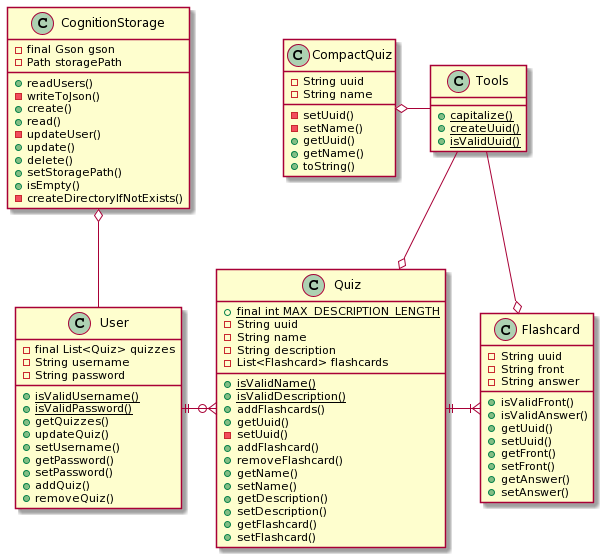
HenrikSkog/cognition keeps this PlantUML diagram as docs/plantuml/release3/img/core_diagram.png. Above is the earlier version.
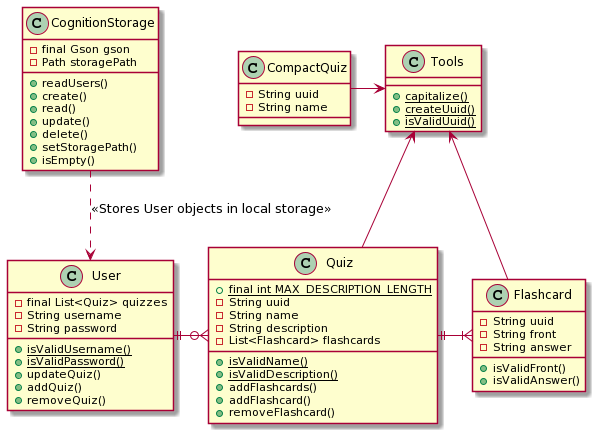
After the commit.

Commit message:
feat: Add core and api diagrams

What changed in the source:
```diff
@@ -7,12 +7,7 @@
 
 +isValidFront()
 +isValidAnswer()
-+getUuid()
-+setUuid()
-+getFront()
-+setFront()
-+getAnswer()
-+setAnswer()
+
 
 }
 class Quiz{
@@ -24,16 +19,8 @@
 +{static}isValidName()
 +{static}isValidDescription()
 +addFlashcards()
-+getUuid()
--setUuid()
 +addFlashcard()
 +removeFlashcard()
-+getName()
-+setName()
-+getDescription()
-+setDescription()
-+getFlashcard()
-+setFlashcard()
 }
 class User{
 -final List<Quiz> quizzes
@@ -41,11 +28,7 @@
 -String password
 +{static}isValidUsername()
 +{static}isValidPassword()
-+getQuizzes()
 +updateQuiz()
-+setUsername()
-+getPassword()
-+setPassword()
 +addQuiz()
 +removeQuiz()
 }
@@ -59,31 +42,26 @@
 -final Gson gson
 -Path storagePath
 +readUsers()
--writeToJson()
 +create()
 +read()
--updateUser()
 +update()
 +delete()
 +setStoragePath()
 +isEmpty()
--createDirectoryIfNotExists()
 }
 
 class CompactQuiz{
--String uuid
--String name
--setUuid()
--setName()
-+getUuid()
-+getName()
-+toString()
+- String uuid
+- String name
 }
+
 User ||-o{ Quiz
 Quiz ||-|{ Flashcard
 
-Tools --o Quiz
-Tools --o Flashcard
-CognitionStorage o-- User
-CompactQuiz o- Tools
+Tools <-- Quiz
+Tools <-- Flashcard
+
+CompactQuiz -> Tools
+
+CognitionStorage ..> User: <<Stores User objects in local storage>>
 @enduml
```
